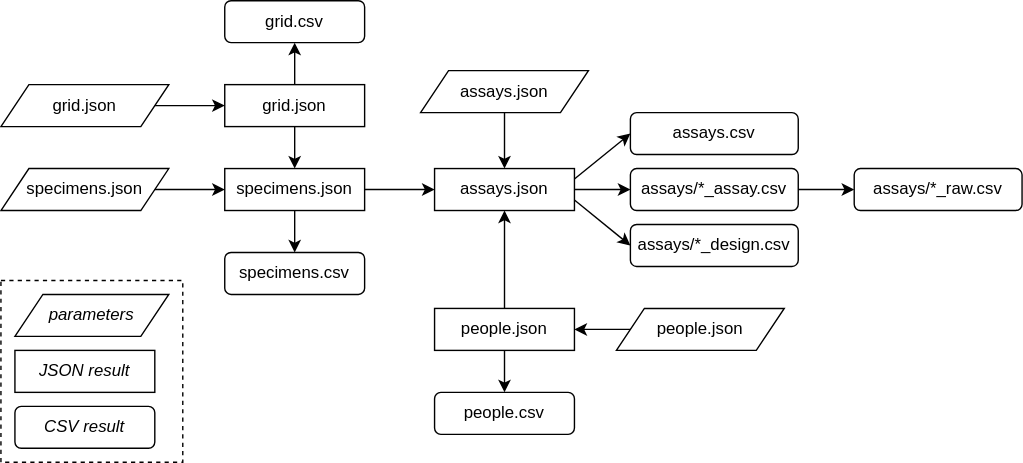
gvwilson/snailz keeps this draw.io diagram as img/workflow.svg. Above is the earlier version. Source tidied: cells renumbered, new cells last; positions are measured from the earlier drawing's top-left corner, leaving out a move shared by most shapes. Its diagram source:
```xml
<mxGraphModel background="#ffffff">
  <root>
    <mxCell id="0" />
    <mxCell id="1" parent="0" />
    <mxCell id="2" style="rounded=0;whiteSpace=wrap;html=1;fillColor=none;dashed=1;" parent="1" vertex="1">
      <mxGeometry y="200" width="130" height="130" as="geometry" />
    </mxCell>
    <mxCell id="3" value="grid.json" style="rounded=0;whiteSpace=wrap;html=1;fillColor=none;" parent="1" vertex="1">
      <mxGeometry x="160" y="60" width="100" height="30" as="geometry" />
    </mxCell>
    <mxCell id="4" value="people.json" style="rounded=0;whiteSpace=wrap;html=1;fillColor=none;" parent="1" vertex="1">
      <mxGeometry x="310" y="220" width="100" height="30" as="geometry" />
    </mxCell>
    <mxCell id="5" value="specimens.json" style="rounded=0;whiteSpace=wrap;html=1;fillColor=none;" parent="1" vertex="1">
      <mxGeometry x="160" y="120" width="100" height="30" as="geometry" />
    </mxCell>
    <mxCell id="6" value="assays.json" style="rounded=0;whiteSpace=wrap;html=1;fillColor=none;" parent="1" vertex="1">
      <mxGeometry x="310" y="120" width="100" height="30" as="geometry" />
    </mxCell>
    <mxCell id="7" value="grid.json" style="shape=parallelogram;perimeter=parallelogramPerimeter;whiteSpace=wrap;html=1;fixedSize=1;fillColor=none;" parent="1" vertex="1">
      <mxGeometry y="60" width="120" height="30" as="geometry" />
    </mxCell>
    <mxCell id="8" value="people.json" style="shape=parallelogram;perimeter=parallelogramPerimeter;whiteSpace=wrap;html=1;fixedSize=1;fillColor=none;" parent="1" vertex="1">
      <mxGeometry x="440" y="220" width="120" height="30" as="geometry" />
    </mxCell>
    <mxCell id="9" value="specimens.json" style="shape=parallelogram;perimeter=parallelogramPerimeter;whiteSpace=wrap;html=1;fixedSize=1;fillColor=none;" parent="1" vertex="1">
      <mxGeometry y="120" width="120" height="30" as="geometry" />
    </mxCell>
    <mxCell id="10" value="assays.json" style="shape=parallelogram;perimeter=parallelogramPerimeter;whiteSpace=wrap;html=1;fixedSize=1;fillColor=none;" parent="1" vertex="1">
      <mxGeometry x="300" y="50" width="120" height="30" as="geometry" />
    </mxCell>
    <mxCell id="11" value="grid.csv" style="rounded=1;whiteSpace=wrap;html=1;fillColor=none;" parent="1" vertex="1">
      <mxGeometry x="160" width="100" height="30" as="geometry" />
    </mxCell>
    <mxCell id="12" value="people.csv" style="rounded=1;whiteSpace=wrap;html=1;fillColor=none;" parent="1" vertex="1">
      <mxGeometry x="310" y="280" width="100" height="30" as="geometry" />
    </mxCell>
    <mxCell id="13" value="specimens.csv" style="rounded=1;whiteSpace=wrap;html=1;fillColor=none;" parent="1" vertex="1">
      <mxGeometry x="160" y="180" width="100" height="30" as="geometry" />
    </mxCell>
    <mxCell id="14" value="assays/*_assay.csv" style="rounded=1;whiteSpace=wrap;html=1;fillColor=none;" parent="1" vertex="1">
      <mxGeometry x="450" y="120" width="120" height="30" as="geometry" />
    </mxCell>
    <mxCell id="15" value="assays/*_design.csv" style="rounded=1;whiteSpace=wrap;html=1;fillColor=none;" parent="1" vertex="1">
      <mxGeometry x="450" y="160" width="120" height="30" as="geometry" />
    </mxCell>
    <mxCell id="16" style="endArrow=classic;html=1;rounded=0;exitX=1;exitY=0.5;exitDx=0;exitDy=0;entryX=0;entryY=0.5;entryDx=0;entryDy=0;" parent="1" edge="1" source="7" target="3">
      <mxGeometry relative="1" as="geometry" />
    </mxCell>
    <mxCell id="17" style="endArrow=classic;html=1;rounded=0;exitX=0;exitY=0.5;exitDx=0;exitDy=0;entryX=1;entryY=0.5;entryDx=0;entryDy=0;" parent="1" edge="1" source="8" target="4">
      <mxGeometry relative="1" as="geometry" />
    </mxCell>
    <mxCell id="18" style="endArrow=classic;html=1;rounded=0;exitX=1;exitY=0.5;exitDx=0;exitDy=0;entryX=0;entryY=0.5;entryDx=0;entryDy=0;" parent="1" edge="1" source="9" target="5">
      <mxGeometry relative="1" as="geometry" />
    </mxCell>
    <mxCell id="19" style="endArrow=classic;html=1;rounded=0;exitX=0.5;exitY=1;exitDx=0;exitDy=0;entryX=0.5;entryY=0;entryDx=0;entryDy=0;" parent="1" edge="1" source="10" target="6">
      <mxGeometry relative="1" as="geometry" />
    </mxCell>
    <mxCell id="20" style="endArrow=classic;html=1;rounded=0;exitX=0.5;exitY=1;exitDx=0;exitDy=0;" parent="1" edge="1" source="3" target="5">
      <mxGeometry relative="1" as="geometry" />
    </mxCell>
    <mxCell id="21" style="endArrow=classic;html=1;rounded=0;entryX=0;entryY=0.5;entryDx=0;entryDy=0;exitX=1;exitY=0.5;exitDx=0;exitDy=0;" parent="1" edge="1" source="5" target="6">
      <mxGeometry relative="1" as="geometry" />
    </mxCell>
    <mxCell id="22" style="endArrow=classic;html=1;rounded=0;entryX=0.5;entryY=1;entryDx=0;entryDy=0;exitX=0.5;exitY=0;exitDx=0;exitDy=0;" parent="1" edge="1" source="4" target="6">
      <mxGeometry relative="1" as="geometry" />
    </mxCell>
    <mxCell id="23" style="endArrow=classic;html=1;rounded=0;entryX=0.5;entryY=1;entryDx=0;entryDy=0;" parent="1" edge="1" source="3" target="11">
      <mxGeometry relative="1" as="geometry" />
    </mxCell>
    <mxCell id="24" style="endArrow=classic;html=1;rounded=0;exitX=0.5;exitY=1;exitDx=0;exitDy=0;entryX=0.5;entryY=0;entryDx=0;entryDy=0;" parent="1" edge="1" source="5" target="13">
      <mxGeometry relative="1" as="geometry" />
    </mxCell>
    <mxCell id="25" style="endArrow=classic;html=1;rounded=0;exitX=0.5;exitY=1;exitDx=0;exitDy=0;" parent="1" edge="1" source="4" target="12">
      <mxGeometry relative="1" as="geometry" />
    </mxCell>
    <mxCell id="26" style="endArrow=classic;html=1;rounded=0;entryX=0;entryY=0.5;entryDx=0;entryDy=0;exitX=1;exitY=0.5;exitDx=0;exitDy=0;" parent="1" edge="1" source="6" target="14">
      <mxGeometry relative="1" as="geometry" />
    </mxCell>
    <mxCell id="27" style="endArrow=classic;html=1;rounded=0;entryX=0;entryY=0.5;entryDx=0;entryDy=0;exitX=1;exitY=0.75;exitDx=0;exitDy=0;" parent="1" edge="1" source="6" target="15">
      <mxGeometry relative="1" as="geometry" />
    </mxCell>
    <mxCell id="28" value="&lt;i&gt;parameters&lt;/i&gt;" style="shape=parallelogram;perimeter=parallelogramPerimeter;whiteSpace=wrap;html=1;fixedSize=1;fillColor=none;" parent="1" vertex="1">
      <mxGeometry x="10" y="210" width="110" height="30" as="geometry" />
    </mxCell>
    <mxCell id="29" value="&lt;i&gt;JSON result&lt;/i&gt;" style="rounded=0;whiteSpace=wrap;html=1;fillColor=none;" parent="1" vertex="1">
      <mxGeometry x="10" y="250" width="100" height="30" as="geometry" />
    </mxCell>
    <mxCell id="30" value="&lt;i&gt;CSV result&lt;/i&gt;" style="rounded=1;whiteSpace=wrap;html=1;fillColor=none;" parent="1" vertex="1">
      <mxGeometry x="10" y="290" width="100" height="30" as="geometry" />
    </mxCell>
    <mxCell id="31" value="assays.csv" style="rounded=1;whiteSpace=wrap;html=1;fillColor=none;" parent="1" vertex="1">
      <mxGeometry x="450" y="80" width="120" height="30" as="geometry" />
    </mxCell>
    <mxCell id="32" style="endArrow=classic;html=1;rounded=0;hachureGap=4;fontFamily=Architects Daughter;fontSource=https%3A%2F%2Ffonts.googleapis.com%2Fcss%3Ffamily%3DArchitects%2BDaughter;entryX=0;entryY=0.5;entryDx=0;entryDy=0;exitX=1;exitY=0.25;exitDx=0;exitDy=0;" parent="1" edge="1" source="6" target="31">
      <mxGeometry relative="1" as="geometry" />
    </mxCell>
    <mxCell id="33" value="assays/*_raw.csv" style="rounded=1;whiteSpace=wrap;html=1;fillColor=none;" parent="1" vertex="1">
      <mxGeometry x="610" y="120" width="120" height="30" as="geometry" />
    </mxCell>
    <mxCell id="34" style="endArrow=classic;html=1;rounded=0;hachureGap=4;fontFamily=Architects Daughter;fontSource=https%3A%2F%2Ffonts.googleapis.com%2Fcss%3Ffamily%3DArchitects%2BDaughter;entryX=0;entryY=0.5;entryDx=0;entryDy=0;exitX=1;exitY=0.5;exitDx=0;exitDy=0;" parent="1" edge="1" source="14" target="33">
      <mxGeometry relative="1" as="geometry" />
    </mxCell>
  </root>
</mxGraphModel>
```
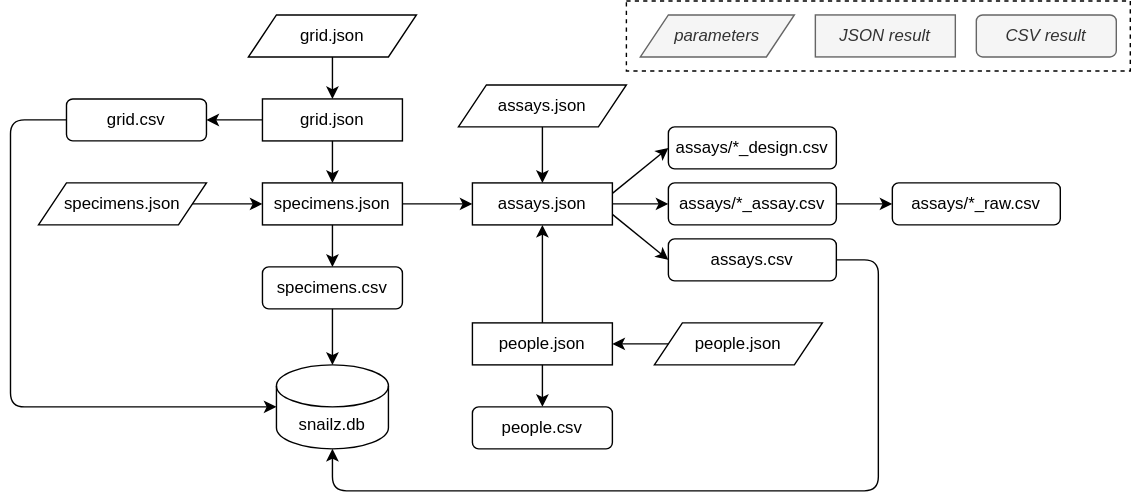
Later version of the same file.

What changed in the source:
```diff
@@ -3,7 +3,7 @@
     <mxCell id="0" />
     <mxCell id="1" parent="0" />
     <mxCell id="2" style="rounded=0;whiteSpace=wrap;html=1;fillColor=none;dashed=1;" parent="1" vertex="1">
-      <mxGeometry y="200" width="130" height="130" as="geometry" />
+      <mxGeometry x="420" y="-10" width="360" height="50" as="geometry" />
     </mxCell>
     <mxCell id="3" value="grid.json" style="rounded=0;whiteSpace=wrap;html=1;fillColor=none;" parent="1" vertex="1">
       <mxGeometry x="160" y="60" width="100" height="30" as="geometry" />
@@ -18,7 +18,7 @@
       <mxGeometry x="310" y="120" width="100" height="30" as="geometry" />
     </mxCell>
     <mxCell id="7" value="grid.json" style="shape=parallelogram;perimeter=parallelogramPerimeter;whiteSpace=wrap;html=1;fixedSize=1;fillColor=none;" parent="1" vertex="1">
-      <mxGeometry y="60" width="120" height="30" as="geometry" />
+      <mxGeometry x="150" width="120" height="30" as="geometry" />
     </mxCell>
     <mxCell id="8" value="people.json" style="shape=parallelogram;perimeter=parallelogramPerimeter;whiteSpace=wrap;html=1;fixedSize=1;fillColor=none;" parent="1" vertex="1">
       <mxGeometry x="440" y="220" width="120" height="30" as="geometry" />
@@ -30,7 +30,7 @@
       <mxGeometry x="300" y="50" width="120" height="30" as="geometry" />
     </mxCell>
     <mxCell id="11" value="grid.csv" style="rounded=1;whiteSpace=wrap;html=1;fillColor=none;" parent="1" vertex="1">
-      <mxGeometry x="160" width="100" height="30" as="geometry" />
+      <mxGeometry x="20" y="60" width="100" height="30" as="geometry" />
     </mxCell>
     <mxCell id="12" value="people.csv" style="rounded=1;whiteSpace=wrap;html=1;fillColor=none;" parent="1" vertex="1">
       <mxGeometry x="310" y="280" width="100" height="30" as="geometry" />
@@ -41,10 +41,10 @@
     <mxCell id="14" value="assays/*_assay.csv" style="rounded=1;whiteSpace=wrap;html=1;fillColor=none;" parent="1" vertex="1">
       <mxGeometry x="450" y="120" width="120" height="30" as="geometry" />
     </mxCell>
-    <mxCell id="15" value="assays/*_design.csv" style="rounded=1;whiteSpace=wrap;html=1;fillColor=none;" parent="1" vertex="1">
+    <mxCell id="15" value="assays.csv" style="rounded=1;whiteSpace=wrap;html=1;fillColor=none;" parent="1" vertex="1">
       <mxGeometry x="450" y="160" width="120" height="30" as="geometry" />
     </mxCell>
-    <mxCell id="16" style="endArrow=classic;html=1;rounded=0;exitX=1;exitY=0.5;exitDx=0;exitDy=0;entryX=0;entryY=0.5;entryDx=0;entryDy=0;" parent="1" edge="1" source="7" target="3">
+    <mxCell id="16" style="endArrow=classic;html=1;rounded=0;exitX=0.5;exitY=1;exitDx=0;exitDy=0;entryX=0.5;entryY=0;entryDx=0;entryDy=0;" parent="1" edge="1" source="7" target="3">
       <mxGeometry relative="1" as="geometry" />
     </mxCell>
     <mxCell id="17" style="endArrow=classic;html=1;rounded=0;exitX=0;exitY=0.5;exitDx=0;exitDy=0;entryX=1;entryY=0.5;entryDx=0;entryDy=0;" parent="1" edge="1" source="8" target="4">
@@ -65,7 +65,7 @@
     <mxCell id="22" style="endArrow=classic;html=1;rounded=0;entryX=0.5;entryY=1;entryDx=0;entryDy=0;exitX=0.5;exitY=0;exitDx=0;exitDy=0;" parent="1" edge="1" source="4" target="6">
       <mxGeometry relative="1" as="geometry" />
     </mxCell>
-    <mxCell id="23" style="endArrow=classic;html=1;rounded=0;entryX=0.5;entryY=1;entryDx=0;entryDy=0;" parent="1" edge="1" source="3" target="11">
+    <mxCell id="23" style="endArrow=classic;html=1;rounded=0;entryX=1;entryY=0.5;entryDx=0;entryDy=0;exitX=0;exitY=0.5;exitDx=0;exitDy=0;" parent="1" edge="1" source="3" target="11">
       <mxGeometry relative="1" as="geometry" />
     </mxCell>
     <mxCell id="24" style="endArrow=classic;html=1;rounded=0;exitX=0.5;exitY=1;exitDx=0;exitDy=0;entryX=0.5;entryY=0;entryDx=0;entryDy=0;" parent="1" edge="1" source="5" target="13">
@@ -80,16 +80,16 @@
     <mxCell id="27" style="endArrow=classic;html=1;rounded=0;entryX=0;entryY=0.5;entryDx=0;entryDy=0;exitX=1;exitY=0.75;exitDx=0;exitDy=0;" parent="1" edge="1" source="6" target="15">
       <mxGeometry relative="1" as="geometry" />
     </mxCell>
-    <mxCell id="28" value="&lt;i&gt;parameters&lt;/i&gt;" style="shape=parallelogram;perimeter=parallelogramPerimeter;whiteSpace=wrap;html=1;fixedSize=1;fillColor=none;" parent="1" vertex="1">
-      <mxGeometry x="10" y="210" width="110" height="30" as="geometry" />
+    <mxCell id="28" value="&lt;i&gt;parameters&lt;/i&gt;" style="shape=parallelogram;perimeter=parallelogramPerimeter;whiteSpace=wrap;html=1;fixedSize=1;fillColor=#f5f5f5;fontColor=#333333;strokeColor=#666666;" parent="1" vertex="1">
+      <mxGeometry x="430" width="110" height="30" as="geometry" />
     </mxCell>
-    <mxCell id="29" value="&lt;i&gt;JSON result&lt;/i&gt;" style="rounded=0;whiteSpace=wrap;html=1;fillColor=none;" parent="1" vertex="1">
-      <mxGeometry x="10" y="250" width="100" height="30" as="geometry" />
+    <mxCell id="29" value="&lt;i&gt;JSON result&lt;/i&gt;" style="rounded=0;whiteSpace=wrap;html=1;fillColor=#f5f5f5;fontColor=#333333;strokeColor=#666666;" parent="1" vertex="1">
+      <mxGeometry x="555" width="100" height="30" as="geometry" />
     </mxCell>
-    <mxCell id="30" value="&lt;i&gt;CSV result&lt;/i&gt;" style="rounded=1;whiteSpace=wrap;html=1;fillColor=none;" parent="1" vertex="1">
-      <mxGeometry x="10" y="290" width="100" height="30" as="geometry" />
+    <mxCell id="30" value="&lt;i&gt;CSV result&lt;/i&gt;" style="rounded=1;whiteSpace=wrap;html=1;fillColor=#f5f5f5;fontColor=#333333;strokeColor=#666666;" parent="1" vertex="1">
+      <mxGeometry x="670" width="100" height="30" as="geometry" />
     </mxCell>
-    <mxCell id="31" value="assays.csv" style="rounded=1;whiteSpace=wrap;html=1;fillColor=none;" parent="1" vertex="1">
+    <mxCell id="31" value="assays/*_design.csv" style="rounded=1;whiteSpace=wrap;html=1;fillColor=none;" parent="1" vertex="1">
       <mxGeometry x="450" y="80" width="120" height="30" as="geometry" />
     </mxCell>
     <mxCell id="32" style="endArrow=classic;html=1;rounded=0;hachureGap=4;fontFamily=Architects Daughter;fontSource=https%3A%2F%2Ffonts.googleapis.com%2Fcss%3Ffamily%3DArchitects%2BDaughter;entryX=0;entryY=0.5;entryDx=0;entryDy=0;exitX=1;exitY=0.25;exitDx=0;exitDy=0;" parent="1" edge="1" source="6" target="31">
@@ -101,5 +101,28 @@
     <mxCell id="34" style="endArrow=classic;html=1;rounded=0;hachureGap=4;fontFamily=Architects Daughter;fontSource=https%3A%2F%2Ffonts.googleapis.com%2Fcss%3Ffamily%3DArchitects%2BDaughter;entryX=0;entryY=0.5;entryDx=0;entryDy=0;exitX=1;exitY=0.5;exitDx=0;exitDy=0;" parent="1" edge="1" source="14" target="33">
       <mxGeometry relative="1" as="geometry" />
     </mxCell>
+    <mxCell id="35" value="&lt;font face=&quot;Helvetica&quot;&gt;snailz.db&lt;/font&gt;" style="shape=cylinder3;whiteSpace=wrap;html=1;boundedLbl=1;backgroundOutline=1;size=15;hachureGap=4;fontFamily=Architects Daughter;fontSource=https%3A%2F%2Ffonts.googleapis.com%2Fcss%3Ffamily%3DArchitects%2BDaughter;fillColor=none;" parent="1" vertex="1">
+      <mxGeometry x="170" y="250" width="80" height="60" as="geometry" />
+    </mxCell>
+    <mxCell id="36" style="endArrow=classic;html=1;rounded=1;exitX=0;exitY=0.5;exitDx=0;exitDy=0;entryX=0;entryY=0.5;entryDx=0;entryDy=0;entryPerimeter=0;curved=0;" parent="1" edge="1" source="11" target="35">
+      <mxGeometry relative="1" as="geometry">
+        <Array as="points">
+          <mxPoint x="-20" y="75" />
+          <mxPoint x="-20" y="280" />
+        </Array>
+      </mxGeometry>
+    </mxCell>
+    <mxCell id="37" style="endArrow=classic;html=1;rounded=0;entryX=0.5;entryY=0;entryDx=0;entryDy=0;entryPerimeter=0;exitX=0.5;exitY=1;exitDx=0;exitDy=0;" parent="1" edge="1" source="13" target="35">
+      <mxGeometry relative="1" as="geometry" />
+    </mxCell>
+    <mxCell id="38" style="endArrow=classic;html=1;rounded=1;entryX=0.5;entryY=1;entryDx=0;entryDy=0;entryPerimeter=0;exitX=1;exitY=0.5;exitDx=0;exitDy=0;curved=0;" parent="1" edge="1" source="15" target="35">
+      <mxGeometry relative="1" as="geometry">
+        <Array as="points">
+          <mxPoint x="600" y="175" />
+          <mxPoint x="600" y="340" />
+          <mxPoint x="210" y="340" />
+        </Array>
+      </mxGeometry>
+    </mxCell>
   </root>
 </mxGraphModel>
```
